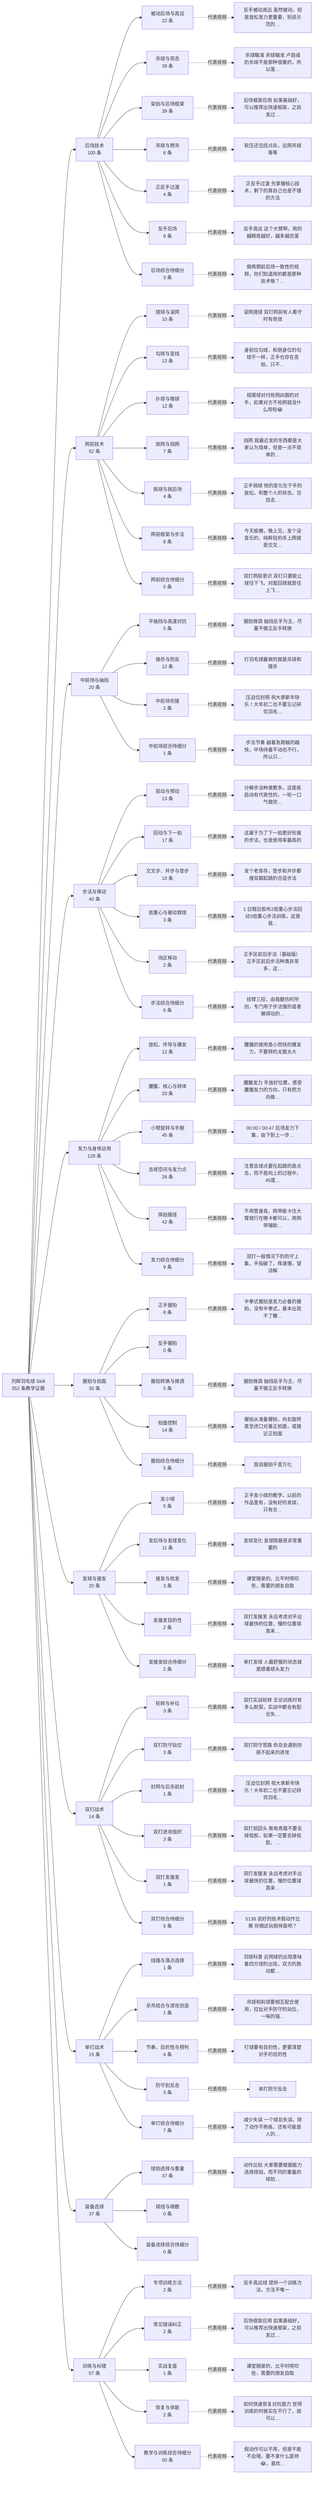
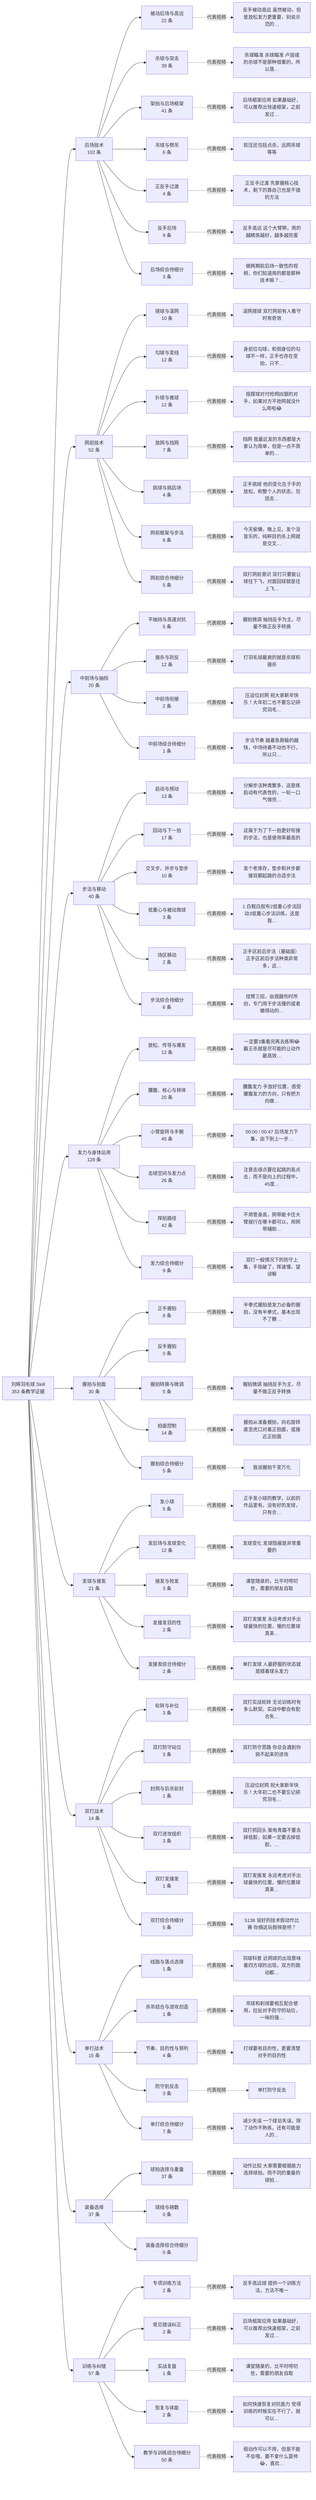
flowchart LR
-   root["刘辉羽毛球 Skill<br/>352 条教学证据"]
-   c0["后场技术<br/>100 条"]
+   root["刘辉羽毛球 Skill<br/>353 条教学证据"]
+   c0["后场技术<br/>102 条"]
  root --> c0
  s0_0["被动后场与高远<br/>22 条"]
  c0 --> s0_0
  v0_0["反手被动高远 虽然被动，但是放松发力更重要，别说示范的…"]
  s0_0 -.代表视频.-> v0_0
  s0_1["杀球与突击<br/>39 条"]
  c0 --> s0_1
  v0_1["杀球瞄准 杀球瞄准 卢迦彧的杀球不是那种很重的，所以落…"]
  s0_1 -.代表视频.-> v0_1
-   s0_2["架拍与后场框架<br/>39 条"]
+   s0_2["架拍与后场框架<br/>41 条"]
  c0 --> s0_2
  v0_2["后场框架应用 如果基础好，可以推荐出快速框架，之前发过…"]
  s0_2 -.代表视频.-> v0_2
  s0_3["吊球与劈吊<br/>6 条"]
  c0 --> s0_3
  v0_3["软压还包括点杀，远网吊球等等"]
  s0_3 -.代表视频.-> v0_3
  s0_4["正反手过渡<br/>4 条"]
  c0 --> s0_4
  v0_4["正反手过渡 先掌握核心技术，剩下的靠自己也是不错的方法"]
  s0_4 -.代表视频.-> v0_4
  s0_5["反手后场<br/>9 条"]
  c0 --> s0_5
  v0_5["反手高远 这个大臂啊，用的越精炼越好，越多越完蛋"]
  s0_5 -.代表视频.-> v0_5
  s0_6["后场综合待细分<br/>3 条"]
  c0 --> s0_6
  v0_6["做两期前后场一致性的视频，你们知道用的都是那种技术嘛？…"]
  s0_6 -.代表视频.-> v0_6
  c1["网前技术<br/>52 条"]
  root --> c1
  s1_0["搓球与滚网<br/>10 条"]
  c1 --> s1_0
  v1_0["滚网搓球 双打网前有人看守时有奇效"]
  s1_0 -.代表视频.-> v1_0
  s1_1["勾球与变线<br/>12 条"]
  c1 --> s1_1
  v1_1["身前位勾球，和侧身位的勾球不一样，正手也存在变拍，只不…"]
  s1_1 -.代表视频.-> v1_1
  s1_2["扑球与推球<br/>12 条"]
  c1 --> s1_2
  v1_2["摇摆球对付抢网凶狠的对手，如果对方不抢网就没什么用啦😂"]
  s1_2 -.代表视频.-> v1_2
  s1_3["放网与挡网<br/>7 条"]
  c1 --> s1_3
  v1_3["挡网 我最近发的东西都是大家认为简单，但是一点不简单的…"]
  s1_3 -.代表视频.-> v1_3
  s1_4["挑球与挑后场<br/>4 条"]
  c1 --> s1_4
  v1_4["正手挑球 他的变化在于手的放松，和整个人的状态，包括击…"]
  s1_4 -.代表视频.-> v1_4
  s1_5["网前框架与步法<br/>8 条"]
  c1 --> s1_5
  v1_5["今天偷懒，晚上见，发个没音乐的，纯粹目的杀上网就是交叉…"]
  s1_5 -.代表视频.-> v1_5
  s1_6["网前综合待细分<br/>5 条"]
  c1 --> s1_6
  v1_6["双打网前意识 双打只要能让球往下飞，对面回球就是往上飞…"]
  s1_6 -.代表视频.-> v1_6
  c2["中前场与抽挡<br/>20 条"]
  root --> c2
  s2_0["平抽挡与高速对抗<br/>5 条"]
  c2 --> s2_0
  v2_0["握拍微调 抽挡反手为主，尽量不做正反手转换"]
  s2_0 -.代表视频.-> v2_0
  s2_1["接杀与防反<br/>12 条"]
  c2 --> s2_1
  v2_1["打羽毛球最爽的就是杀球和接杀"]
  s2_1 -.代表视频.-> v2_1
  s2_2["中前场衔接<br/>2 条"]
  c2 --> s2_2
  v2_2["压迫位封网 祝大家新年快乐！大年初二也不要忘记研究羽毛…"]
  s2_2 -.代表视频.-> v2_2
  s2_3["中前场综合待细分<br/>1 条"]
  c2 --> s2_3
  v2_3["步法节奏 越着急跑输的越快，中场待着不动也不行，所以只…"]
  s2_3 -.代表视频.-> v2_3
  c3["步法与移动<br/>40 条"]
  root --> c3
  s3_0["启动与预动<br/>13 条"]
  c3 --> s3_0
  v3_0["分解步法种类繁多，这是练启动有代表性的，一轮一口气做完…"]
  s3_0 -.代表视频.-> v3_0
  s3_1["回动与下一拍<br/>17 条"]
  c3 --> s3_1
  v3_1["这属于为了下一拍更好衔接的步法，也是使用率最高的"]
  s3_1 -.代表视频.-> v3_1
  s3_2["交叉步、并步与垫步<br/>10 条"]
  c3 --> s3_2
  v3_2["发个老库存，垫步和并步都接双脚起跳的合适步法"]
  s3_2 -.代表视频.-> v3_2
  s3_3["低重心与被动救球<br/>3 条"]
  c3 --> s3_3
  v3_3["1 白鞋白胶布2低重心步法回动3低重心步法训练，这是我…"]
  s3_3 -.代表视频.-> v3_3
  s3_4["场区移动<br/>2 条"]
  c3 --> s3_4
  v3_4["正手区前后步法（基础版） 正手区前后步法种类非常多，这…"]
  s3_4 -.代表视频.-> v3_4
  s3_5["步法综合待细分<br/>6 条"]
  c3 --> s3_5
  v3_5["挂臂三招，由我腿伤时所创，专门用于步法慢的或者懒得动的…"]
  s3_5 -.代表视频.-> v3_5
  c4["发力与身体运用<br/>128 条"]
  root --> c4
  s4_0["放松、传导与爆发<br/>12 条"]
  c4 --> s4_0
-   v4_0["腰腹的使用是小而快的爆发力，不要转的太狠太大"]
+   v4_0["一定要3集看完再去练啊😂霸王杀就是尽可能的让动作最高效…"]
  s4_0 -.代表视频.-> v4_0
  s4_1["腰腹、核心与转体<br/>20 条"]
  c4 --> s4_1
  v4_1["腰腹发力 手放好位置，感受腰腹发力的方向，只有把方向做…"]
  s4_1 -.代表视频.-> v4_1
  s4_2["小臂旋转与手腕<br/>45 条"]
  c4 --> s4_2
  v4_2["00:00 / 00:47 后场发力下集，由下到上一步…"]
  s4_2 -.代表视频.-> v4_2
  s4_3["击球空间与发力点<br/>26 条"]
  c4 --> s4_3
  v4_3["注意击球点要在起跳的高点击，而不是向上的过程中，45度…"]
  s4_3 -.代表视频.-> v4_3
  s4_4["挥拍路径<br/>42 条"]
  c4 --> s4_4
  v4_4["不用管身高，网带能卡住大臂就行在哪卡都可以，用网带辅助…"]
  s4_4 -.代表视频.-> v4_4
  s4_5["发力综合待细分<br/>9 条"]
  c4 --> s4_5
  v4_5["双打一般情况下的防守上集，手指破了，挥速慢，望谅解"]
  s4_5 -.代表视频.-> v4_5
  c5["握拍与拍面<br/>30 条"]
  root --> c5
  s5_0["正手握拍<br/>8 条"]
  c5 --> s5_0
  v5_0["半拳式握拍是发力必备的握拍，没有半拳式，基本出现不了鞭…"]
  s5_0 -.代表视频.-> v5_0
  s5_1["反手握拍<br/>0 条"]
  c5 --> s5_1
  s5_2["握拍转换与微调<br/>5 条"]
  c5 --> s5_2
  v5_2["握拍微调 抽挡反手为主，尽量不做正反手转换"]
  s5_2 -.代表视频.-> v5_2
  s5_3["拍面控制<br/>14 条"]
  c5 --> s5_3
  v5_3["握拍从准备握拍，向右旋转直至虎口对着正拍面，或接近正拍面"]
  s5_3 -.代表视频.-> v5_3
  s5_4["握拍综合待细分<br/>5 条"]
  c5 --> s5_4
  v5_4["我说握拍千变万化"]
  s5_4 -.代表视频.-> v5_4
-   c6["发球与接发<br/>20 条"]
+   c6["发球与接发<br/>21 条"]
  root --> c6
  s6_0["发小球<br/>5 条"]
  c6 --> s6_0
  v6_0["正手发小球的教学，以前的作品里有，没有好的发球，只有合…"]
  s6_0 -.代表视频.-> v6_0
-   s6_1["发后场与发球变化<br/>11 条"]
+   s6_1["发后场与发球变化<br/>12 条"]
  c6 --> s6_1
  v6_1["发球变化 发球隐蔽是非常重要的"]
  s6_1 -.代表视频.-> v6_1
  s6_2["接发与抢发<br/>3 条"]
  c6 --> s6_2
  v6_2["课堂随录的，比平时唠叨些，需要的朋友自取"]
  s6_2 -.代表视频.-> v6_2
  s6_3["发接发目的性<br/>2 条"]
  c6 --> s6_3
  v6_3["双打发接发 永远考虑对手出球最快的位置，慢的位置球真来…"]
  s6_3 -.代表视频.-> v6_3
  s6_4["发接发综合待细分<br/>2 条"]
  c6 --> s6_4
  v6_4["单打发球 人最舒服的状态就是顺着球头发力"]
  s6_4 -.代表视频.-> v6_4
  c7["双打战术<br/>14 条"]
  root --> c7
  s7_0["轮转与补位<br/>3 条"]
  c7 --> s7_0
  v7_0["双打实战轮转 无论训练时有多么默契，实战中都会有配合失…"]
  s7_0 -.代表视频.-> v7_0
  s7_1["双打防守站位<br/>3 条"]
  c7 --> s7_1
  v7_1["双打防守思路 你总会遇到你挑不起来的进攻"]
  s7_1 -.代表视频.-> v7_1
  s7_2["封网与后杀前封<br/>1 条"]
  c7 --> s7_2
  v7_2["压迫位封网 祝大家新年快乐！大年初二也不要忘记研究羽毛…"]
  s7_2 -.代表视频.-> v7_2
  s7_3["双打进攻组织<br/>3 条"]
  c7 --> s7_3
  v7_3["双打抓回头 紫电青霜不要去掉低胶，如果一定要去掉低胶，…"]
  s7_3 -.代表视频.-> v7_3
  s7_4["双打发接发<br/>1 条"]
  c7 --> s7_4
  v7_4["双打发接发 永远考虑对手出球最快的位置，慢的位置球真来…"]
  s7_4 -.代表视频.-> v7_4
  s7_5["双打综合待细分<br/>5 条"]
  c7 --> s7_5
  v7_5["5138 说好的技术假动作比赛 你搁这玩假摔是吧？"]
  s7_5 -.代表视频.-> v7_5
  c8["单打战术<br/>15 条"]
  root --> c8
  s8_0["线路与落点选择<br/>1 条"]
  c8 --> s8_0
  v8_0["羽球科普 近网球的出现意味着四方球的出现，双方的跑动都…"]
  s8_0 -.代表视频.-> v8_0
  s8_1["杀吊结合与进攻创造<br/>1 条"]
  c8 --> s8_1
  v8_1["吊球和刹球要相互配合使用，拉扯对手防守的站位，一味的强…"]
  s8_1 -.代表视频.-> v8_1
  s8_2["节奏、目的性与预判<br/>4 条"]
  c8 --> s8_2
  v8_2["打球要有目的性，更要清楚对手的目的性"]
  s8_2 -.代表视频.-> v8_2
  s8_3["防守到反击<br/>3 条"]
  c8 --> s8_3
  v8_3["单打防守反击"]
  s8_3 -.代表视频.-> v8_3
  s8_4["单打综合待细分<br/>7 条"]
  c8 --> s8_4
  v8_4["减少失误 一个球总失误，除了动作不熟练，还有可能是人的…"]
  s8_4 -.代表视频.-> v8_4
  c9["装备选择<br/>37 条"]
  root --> c9
  s9_0["球拍选择与重量<br/>37 条"]
  c9 --> s9_0
  v9_0["动作比较 大家需要根据能力选择球拍，而不同的重量的球拍…"]
  s9_0 -.代表视频.-> v9_0
  s9_1["球线与磅数<br/>0 条"]
  c9 --> s9_1
  s9_2["装备选择综合待细分<br/>0 条"]
  c9 --> s9_2
  c10["训练与纠错<br/>57 条"]
  root --> c10
  s10_0["专项训练方法<br/>2 条"]
  c10 --> s10_0
  v10_0["反手高远球 提供一个训练方法，方法不唯一"]
  s10_0 -.代表视频.-> v10_0
  s10_1["常见错误纠正<br/>2 条"]
  c10 --> s10_1
  v10_1["后场框架应用 如果基础好，可以推荐出快速框架，之前发过…"]
  s10_1 -.代表视频.-> v10_1
  s10_2["实战复盘<br/>1 条"]
  c10 --> s10_2
  v10_2["课堂随录的，比平时唠叨些，需要的朋友自取"]
  s10_2 -.代表视频.-> v10_2
  s10_3["恢复与体能<br/>2 条"]
  c10 --> s10_3
  v10_3["如何快速恢复对抗能力 觉得训练的时候实在不行了，就可以…"]
  s10_3 -.代表视频.-> v10_3
  s10_4["教学与训练综合待细分<br/>50 条"]
  c10 --> s10_4
  v10_4["假动作可以不用，但是不能不会哦，要不拿什么耍帅😂，喜欢…"]
  s10_4 -.代表视频.-> v10_4
